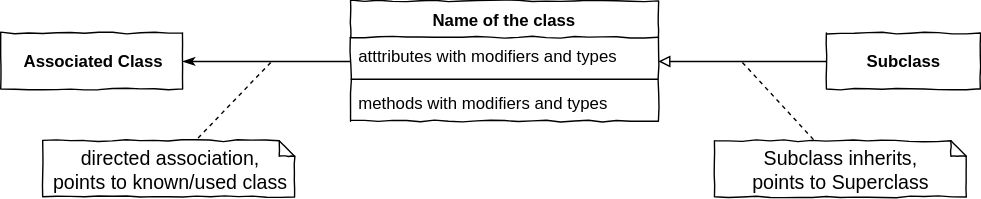
JirkaDellOro/EIA2-Inverted keeps this draw.io diagram as X01_Appendix/UML/ClassStructure.svg. Above is the earlier version. Source tidied: cells renumbered, new cells last; positions are measured from the earlier drawing's top-left corner, leaving out a move shared by most shapes.
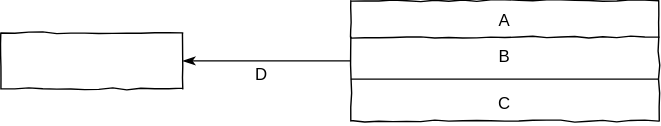
The same file after the commit.

Commit message:
added readonly & disabled

Diff of the diagram source:
```diff
@@ -2,45 +2,26 @@
   <root>
     <mxCell id="0" />
     <mxCell id="1" parent="0" />
-    <mxCell id="2" value="Name of the class" style="swimlane;fontStyle=1;align=center;verticalAlign=top;horizontal=1;startSize=26;rounded=0;shadow=0;comic=1;strokeWidth=1;" parent="1" vertex="1">
+    <mxCell id="2" value="A" style="swimlane;fontStyle=0;align=center;verticalAlign=top;horizontal=1;startSize=26;rounded=0;shadow=0;comic=1;strokeWidth=1;" parent="1" vertex="1">
       <mxGeometry x="250" width="220" height="86" as="geometry" />
     </mxCell>
-    <mxCell id="3" value="atttributes with modifiers and types" style="text;strokeColor=none;fillColor=none;align=left;verticalAlign=top;spacingLeft=4;spacingRight=4;overflow=hidden;" parent="2" vertex="1">
+    <mxCell id="3" value="B" style="text;strokeColor=none;fillColor=none;align=center;verticalAlign=top;spacingLeft=4;spacingRight=4;overflow=hidden;" parent="2" vertex="1">
       <mxGeometry y="26" width="220" height="26" as="geometry" />
     </mxCell>
     <mxCell id="4" style="line;strokeWidth=1;fillColor=none;align=left;verticalAlign=middle;spacingTop=-1;spacingLeft=3;spacingRight=3;labelPosition=right;" parent="2" vertex="1">
       <mxGeometry y="52" width="220" height="8" as="geometry" />
     </mxCell>
-    <mxCell id="5" value="methods with modifiers and types" style="text;strokeColor=none;fillColor=none;align=left;verticalAlign=top;spacingLeft=4;spacingRight=4;overflow=hidden;" parent="2" vertex="1">
+    <mxCell id="5" value="C" style="text;strokeColor=none;fillColor=none;align=center;verticalAlign=top;spacingLeft=4;spacingRight=4;overflow=hidden;" parent="2" vertex="1">
       <mxGeometry y="60" width="220" height="26" as="geometry" />
     </mxCell>
-    <mxCell id="6" style="edgeStyle=orthogonalEdgeStyle;rounded=0;jettySize=auto;html=1;endArrow=block;endFill=0;" parent="1" edge="1" source="7" target="2">
-      <mxGeometry relative="1" as="geometry" />
-    </mxCell>
-    <mxCell id="7" value="&lt;div style=&quot;text-align: left&quot;&gt;&lt;b&gt;Subclass&lt;/b&gt;&lt;/div&gt;" style="rounded=0;whiteSpace=wrap;html=1;comic=1;" parent="1" vertex="1">
-      <mxGeometry x="590" y="23" width="110" height="40" as="geometry" />
-    </mxCell>
     <mxCell id="8" style="edgeStyle=orthogonalEdgeStyle;rounded=0;jettySize=auto;html=1;endArrow=none;endFill=0;startArrow=classicThin;startFill=1;" parent="1" edge="1" source="9" target="2">
       <mxGeometry relative="1" as="geometry" />
     </mxCell>
-    <mxCell id="9" value="&lt;div style=&quot;text-align: left&quot;&gt;&lt;b&gt;Associated Class&lt;/b&gt;&lt;/div&gt;" style="rounded=0;whiteSpace=wrap;html=1;comic=1;" parent="1" vertex="1">
+    <mxCell id="9" value="&lt;div style=&quot;text-align: left&quot;&gt;&lt;br&gt;&lt;/div&gt;" style="rounded=0;whiteSpace=wrap;html=1;comic=1;" parent="1" vertex="1">
       <mxGeometry y="23" width="130" height="40" as="geometry" />
     </mxCell>
-    <mxCell id="10" value="directed association, &lt;br&gt;points to known/used class" style="shape=note;strokeWidth=1;fontSize=14;size=11;whiteSpace=wrap;html=1;rounded=0;shadow=0;comic=1;fillColor=#FFFFFF;" parent="1" vertex="1">
-      <mxGeometry x="30" y="100" width="180" height="40" as="geometry" />
-    </mxCell>
-    <mxCell id="11" style="endArrow=none;dashed=1;html=1;" parent="1" edge="1" target="10">
-      <mxGeometry relative="1" as="geometry">
-        <mxPoint x="193" y="44" as="sourcePoint" />
-      </mxGeometry>
-    </mxCell>
-    <mxCell id="12" value="Subclass inherits,&lt;br&gt;points to Superclass" style="shape=note;strokeWidth=1;fontSize=14;size=11;whiteSpace=wrap;html=1;rounded=0;shadow=0;comic=1;fillColor=#FFFFFF;" parent="1" vertex="1">
-      <mxGeometry x="510" y="100" width="180" height="40" as="geometry" />
-    </mxCell>
-    <mxCell id="13" style="endArrow=none;dashed=1;html=1;" parent="1" edge="1" target="12">
-      <mxGeometry relative="1" as="geometry">
-        <mxPoint x="530" y="44" as="sourcePoint" />
-      </mxGeometry>
-    </mxCell>
+    <mxCell id="14" value="D" style="text;html=1;align=left;verticalAlign=top;spacingTop=-4;" parent="1" vertex="1">
+      <mxGeometry x="180" y="43" width="20" height="20" as="geometry" />
+    </mxCell>
   </root>
 </mxGraphModel>
```
